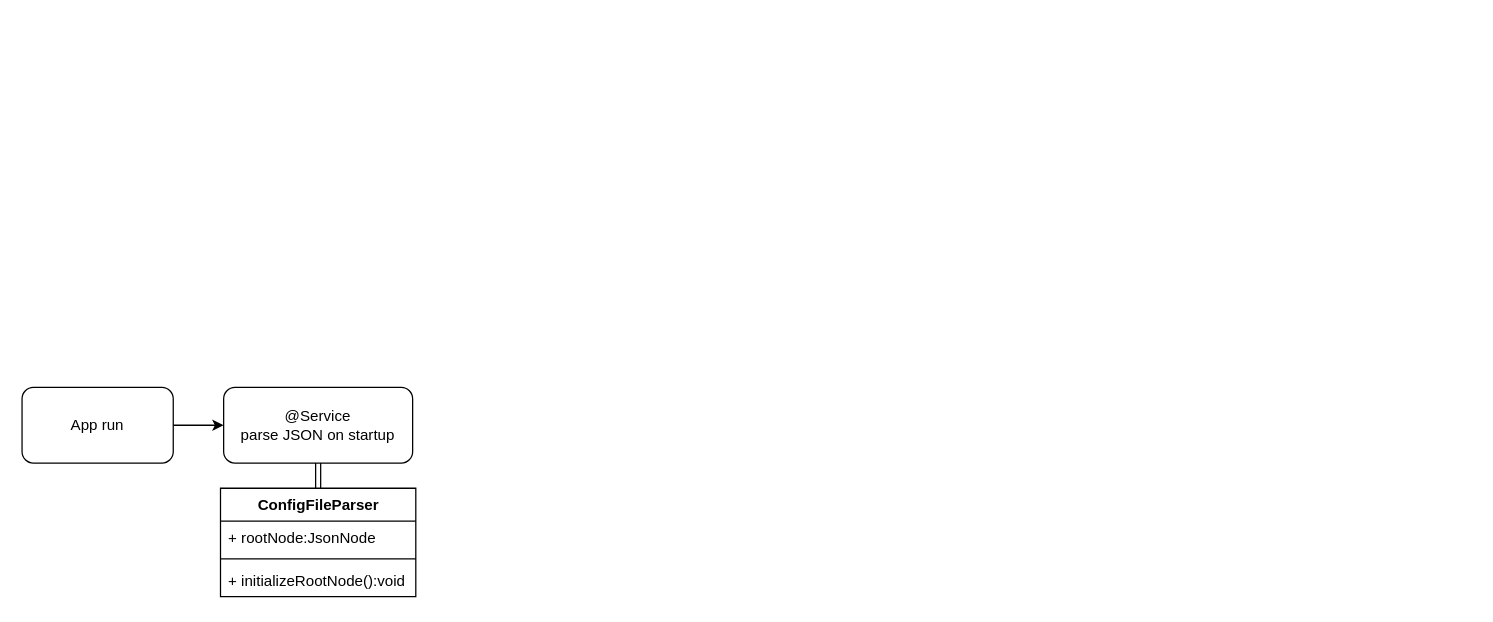
Earlier version of the draw.io diagram page "Page-1" (1 of 2) of MockApiWorkflow.drawio (bogdanchiritoiu/MockAPI). Source tidied: cells renumbered, new cells numbered last; positions are measured from the earlier drawing's top-left corner, leaving out a move shared by most shapes. Both pictures are drawn from the tidied source at 126%, with x=0, y=0 at pixel (21, 387).
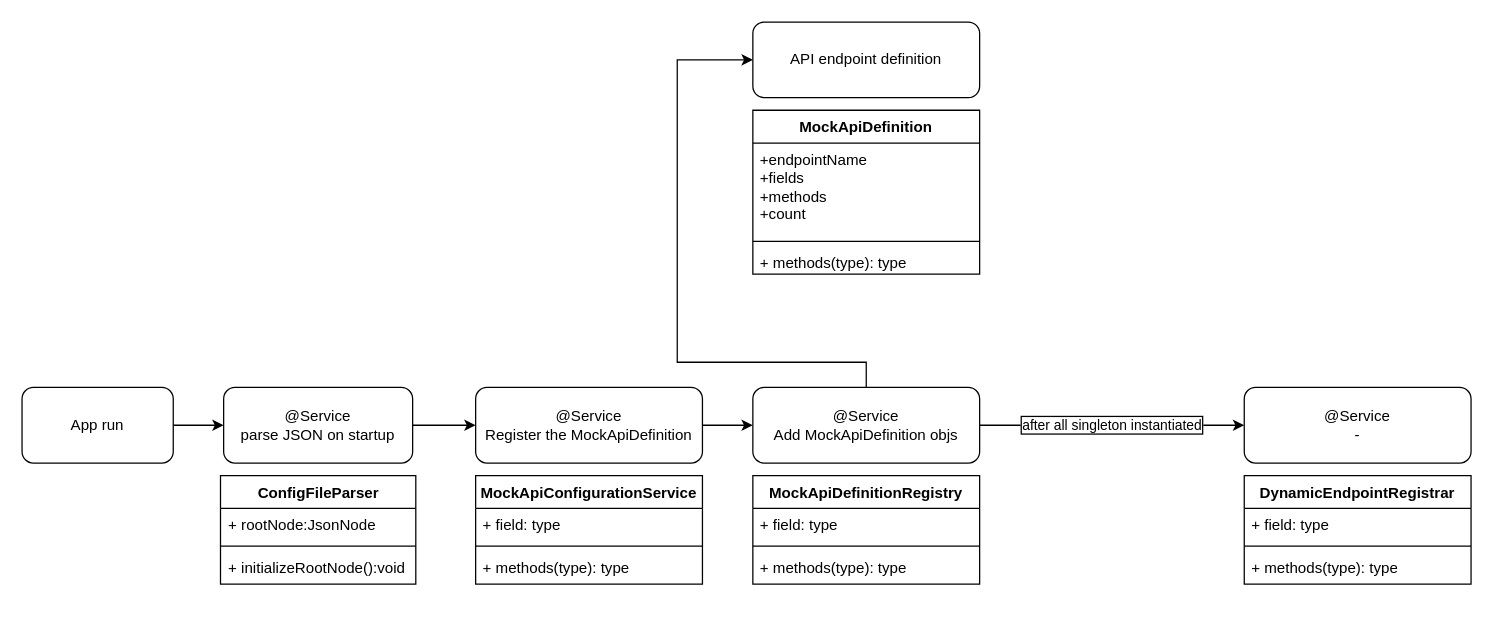
After the change.

The edit, as a diff of the source:
```diff
@@
+    <mxCell id="10" style="edgeStyle=orthogonalEdgeStyle;rounded=0;jettySize=auto;html=1;" parent="1" edge="1" source="4" target="16">
+      <mxGeometry relative="1" as="geometry" />
+    </mxCell>
+    <mxCell id="11" style="group;" parent="1" vertex="1">
+      <mxGeometry x="157.5" width="155" height="156" as="geometry" />
+    </mxCell>
+    <mxCell id="12" style="group;" parent="11" vertex="1">
+      <mxGeometry width="155" height="156" as="geometry" />
+    </mxCell>
-    <mxCell id="4" value="&lt;div&gt;@Service&lt;/div&gt;parse JSON on startup" style="rounded=1;whiteSpace=wrap;html=1;" parent="1" vertex="1">
-      <mxGeometry x="160" width="150" height="60" as="geometry" />
+    <mxCell id="4" value="&lt;div&gt;@Service&lt;/div&gt;parse JSON on startup" style="rounded=1;whiteSpace=wrap;html=1;" parent="12" vertex="1">
+      <mxGeometry x="2.5" width="150" height="60" as="geometry" />
     </mxCell>
-    <mxCell id="5" style="edgeStyle=orthogonalEdgeStyle;rounded=0;jettySize=auto;html=1;shape=link;" parent="1" edge="1" source="6" target="4">
-      <mxGeometry relative="1" as="geometry" />
-    </mxCell>
-    <mxCell id="6" value="ConfigFileParser" style="swimlane;fontStyle=1;align=center;verticalAlign=top;horizontal=1;startSize=26;whiteSpace=wrap;html=1;" parent="1" vertex="1">
-      <mxGeometry x="157.5" y="80" width="155" height="86" as="geometry" />
+    <mxCell id="6" value="ConfigFileParser" style="swimlane;fontStyle=1;align=center;verticalAlign=top;horizontal=1;startSize=26;whiteSpace=wrap;html=1;" parent="12" vertex="1">
+      <mxGeometry y="70" width="155" height="86" as="geometry" />
     </mxCell>
@@
+    <mxCell id="13" style="group;" parent="1" vertex="1">
+      <mxGeometry x="360" width="180" height="156" as="geometry" />
+    </mxCell>
+    <mxCell id="14" style="group;" parent="13" vertex="1">
+      <mxGeometry width="180" height="156" as="geometry" />
+    </mxCell>
+    <mxCell id="15" style="group;" parent="14" vertex="1">
+      <mxGeometry width="180" height="156" as="geometry" />
+    </mxCell>
+    <mxCell id="16" value="&lt;div&gt;@Service&lt;/div&gt;Register the&amp;nbsp;MockApiDefinition" style="rounded=1;whiteSpace=wrap;html=1;" parent="15" vertex="1">
+      <mxGeometry width="180" height="60" as="geometry" />
+    </mxCell>
+    <mxCell id="17" value="MockApiConfigurationService" style="swimlane;fontStyle=1;align=center;verticalAlign=top;horizontal=1;startSize=26;whiteSpace=wrap;html=1;" parent="15" vertex="1">
+      <mxGeometry y="70" width="180" height="86" as="geometry" />
+    </mxCell>
+    <mxCell id="18" value="+ field: type" style="text;strokeColor=none;fillColor=none;align=left;verticalAlign=top;spacingLeft=4;spacingRight=4;overflow=hidden;whiteSpace=wrap;html=1;" parent="17" vertex="1">
+      <mxGeometry y="26" width="180" height="26" as="geometry" />
+    </mxCell>
+    <mxCell id="19" style="line;strokeWidth=1;fillColor=none;align=left;verticalAlign=middle;spacingTop=-1;spacingLeft=3;spacingRight=3;labelPosition=right;strokeColor=inherit;" parent="17" vertex="1">
+      <mxGeometry y="52" width="180" height="8" as="geometry" />
+    </mxCell>
+    <mxCell id="20" value="+ methods(type): type" style="text;strokeColor=none;fillColor=none;align=left;verticalAlign=top;spacingLeft=4;spacingRight=4;overflow=hidden;whiteSpace=wrap;html=1;" parent="17" vertex="1">
+      <mxGeometry y="60" width="180" height="26" as="geometry" />
+    </mxCell>
+    <mxCell id="21" style="group;" parent="1" vertex="1">
+      <mxGeometry x="580" width="180" height="156" as="geometry" />
+    </mxCell>
+    <mxCell id="22" style="group;" parent="21" vertex="1">
+      <mxGeometry width="180" height="156" as="geometry" />
+    </mxCell>
+    <mxCell id="23" style="group;" parent="22" vertex="1">
+      <mxGeometry width="180" height="156" as="geometry" />
+    </mxCell>
+    <mxCell id="24" value="after all singleton&lt;span style=&quot;color: light-dark(rgb(0, 0, 0), rgb(255, 255, 255));&quot;&gt;&amp;nbsp;instantiated&lt;/span&gt;" style="edgeStyle=orthogonalEdgeStyle;rounded=0;jettySize=auto;html=1;exitX=1;exitY=0.5;exitDx=0;exitDy=0;labelBackgroundColor=default;labelBorderColor=default;" parent="23" edge="1" source="25">
+      <mxGeometry relative="1" as="geometry">
+        <mxPoint x="390" y="30" as="targetPoint" />
+      </mxGeometry>
+    </mxCell>
+    <mxCell id="25" value="&lt;div&gt;@Service&lt;/div&gt;Add MockApiDefinition objs" style="rounded=1;whiteSpace=wrap;html=1;" parent="23" vertex="1">
+      <mxGeometry width="180" height="60" as="geometry" />
+    </mxCell>
+    <mxCell id="26" value="MockApiDefinitionRegistry" style="swimlane;fontStyle=1;align=center;verticalAlign=top;horizontal=1;startSize=26;whiteSpace=wrap;html=1;" parent="23" vertex="1">
+      <mxGeometry y="70" width="180" height="86" as="geometry" />
+    </mxCell>
+    <mxCell id="27" value="+ field: type" style="text;strokeColor=none;fillColor=none;align=left;verticalAlign=top;spacingLeft=4;spacingRight=4;overflow=hidden;whiteSpace=wrap;html=1;" parent="26" vertex="1">
+      <mxGeometry y="26" width="180" height="26" as="geometry" />
+    </mxCell>
+    <mxCell id="28" style="line;strokeWidth=1;fillColor=none;align=left;verticalAlign=middle;spacingTop=-1;spacingLeft=3;spacingRight=3;labelPosition=right;strokeColor=inherit;" parent="26" vertex="1">
+      <mxGeometry y="52" width="180" height="8" as="geometry" />
+    </mxCell>
+    <mxCell id="29" value="+ methods(type): type" style="text;strokeColor=none;fillColor=none;align=left;verticalAlign=top;spacingLeft=4;spacingRight=4;overflow=hidden;whiteSpace=wrap;html=1;" parent="26" vertex="1">
+      <mxGeometry y="60" width="180" height="26" as="geometry" />
+    </mxCell>
+    <mxCell id="30" style="edgeStyle=orthogonalEdgeStyle;rounded=0;jettySize=auto;html=1;exitX=1;exitY=0.5;exitDx=0;exitDy=0;entryX=0;entryY=0.5;entryDx=0;entryDy=0;" parent="1" edge="1" source="16" target="25">
+      <mxGeometry relative="1" as="geometry" />
+    </mxCell>
+    <mxCell id="31" style="group;" parent="1" vertex="1">
+      <mxGeometry x="580" y="-290" width="200" height="200" as="geometry" />
+    </mxCell>
+    <mxCell id="32" value="API endpoint definition" style="rounded=1;whiteSpace=wrap;html=1;" parent="31" vertex="1">
+      <mxGeometry width="180" height="60" as="geometry" />
+    </mxCell>
+    <mxCell id="33" value="MockApiDefinition" style="swimlane;fontStyle=1;align=center;verticalAlign=top;horizontal=1;startSize=26;whiteSpace=wrap;html=1;" parent="31" vertex="1">
+      <mxGeometry y="70" width="180" height="130" as="geometry" />
+    </mxCell>
+    <mxCell id="34" value="&lt;div&gt;+endpointName&lt;/div&gt;&lt;div&gt;&lt;span style=&quot;background-color: transparent; color: light-dark(rgb(0, 0, 0), rgb(255, 255, 255));&quot;&gt;+fields&lt;/span&gt;&lt;/div&gt;&lt;div&gt;&lt;span style=&quot;background-color: transparent; color: light-dark(rgb(0, 0, 0), rgb(255, 255, 255));&quot;&gt;+methods&lt;/span&gt;&lt;/div&gt;&lt;div&gt;&lt;span style=&quot;background-color: transparent; color: light-dark(rgb(0, 0, 0), rgb(255, 255, 255));&quot;&gt;+count&lt;/span&gt;&lt;/div&gt;" style="text;strokeColor=none;fillColor=none;align=left;verticalAlign=top;spacingLeft=4;spacingRight=4;overflow=hidden;whiteSpace=wrap;html=1;" parent="33" vertex="1">
+      <mxGeometry y="26" width="180" height="74" as="geometry" />
+    </mxCell>
+    <mxCell id="35" style="line;strokeWidth=1;fillColor=none;align=left;verticalAlign=middle;spacingTop=-1;spacingLeft=3;spacingRight=3;labelPosition=right;strokeColor=inherit;" parent="33" vertex="1">
+      <mxGeometry y="100" width="180" height="8" as="geometry" />
+    </mxCell>
+    <mxCell id="36" value="+ methods(type): type" style="text;strokeColor=none;fillColor=none;align=left;verticalAlign=top;spacingLeft=4;spacingRight=4;overflow=hidden;whiteSpace=wrap;html=1;" parent="33" vertex="1">
+      <mxGeometry y="108" width="180" height="22" as="geometry" />
+    </mxCell>
+    <mxCell id="37" style="edgeStyle=orthogonalEdgeStyle;rounded=0;jettySize=auto;html=1;entryX=0;entryY=0.5;entryDx=0;entryDy=0;exitX=0.5;exitY=0;exitDx=0;exitDy=0;" parent="1" edge="1" source="25" target="32">
+      <mxGeometry relative="1" as="geometry">
+        <Array as="points">
+          <mxPoint x="670" y="-20" />
+          <mxPoint x="520" y="-20" />
+          <mxPoint x="520" y="-260" />
+        </Array>
+      </mxGeometry>
+    </mxCell>
+    <mxCell id="38" style="group;" parent="1" vertex="1">
+      <mxGeometry x="970" width="180" height="156" as="geometry" />
+    </mxCell>
+    <mxCell id="39" style="group;" parent="38" vertex="1">
+      <mxGeometry width="180" height="156" as="geometry" />
+    </mxCell>
+    <mxCell id="40" style="group;" parent="39" vertex="1">
+      <mxGeometry width="180" height="156" as="geometry" />
+    </mxCell>
+    <mxCell id="41" value="&lt;div&gt;@Service&lt;/div&gt;-" style="rounded=1;whiteSpace=wrap;html=1;" parent="40" vertex="1">
+      <mxGeometry width="180" height="60" as="geometry" />
+    </mxCell>
+    <mxCell id="42" value="DynamicEndpointRegistrar" style="swimlane;fontStyle=1;align=center;verticalAlign=top;horizontal=1;startSize=26;whiteSpace=wrap;html=1;" parent="40" vertex="1">
+      <mxGeometry y="70" width="180" height="86" as="geometry" />
+    </mxCell>
+    <mxCell id="43" value="+ field: type" style="text;strokeColor=none;fillColor=none;align=left;verticalAlign=top;spacingLeft=4;spacingRight=4;overflow=hidden;whiteSpace=wrap;html=1;" parent="42" vertex="1">
+      <mxGeometry y="26" width="180" height="26" as="geometry" />
+    </mxCell>
+    <mxCell id="44" style="line;strokeWidth=1;fillColor=none;align=left;verticalAlign=middle;spacingTop=-1;spacingLeft=3;spacingRight=3;labelPosition=right;strokeColor=inherit;" parent="42" vertex="1">
+      <mxGeometry y="52" width="180" height="8" as="geometry" />
+    </mxCell>
+    <mxCell id="45" value="+ methods(type): type" style="text;strokeColor=none;fillColor=none;align=left;verticalAlign=top;spacingLeft=4;spacingRight=4;overflow=hidden;whiteSpace=wrap;html=1;" parent="42" vertex="1">
+      <mxGeometry y="60" width="180" height="26" as="geometry" />
+    </mxCell>
```
